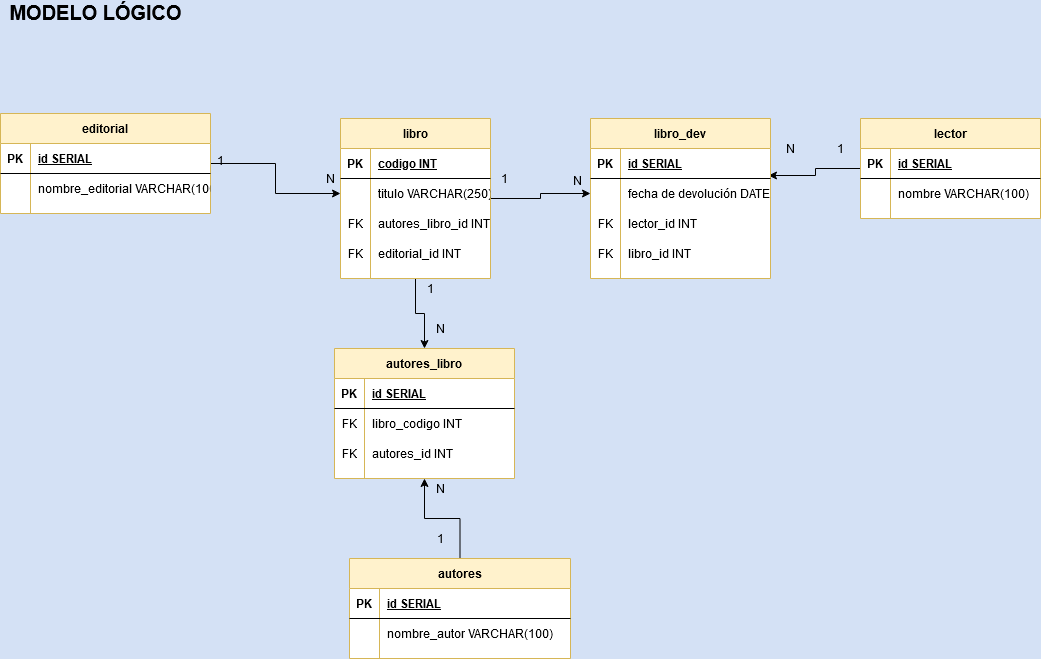
Earlier version of the draw.io export Diagrama_Libros.png (gilibethvega/libros_normalizacion). Source tidied: cells renumbered, new cells last; positions are measured from the earlier drawing's top-left corner, leaving out a move shared by most shapes.
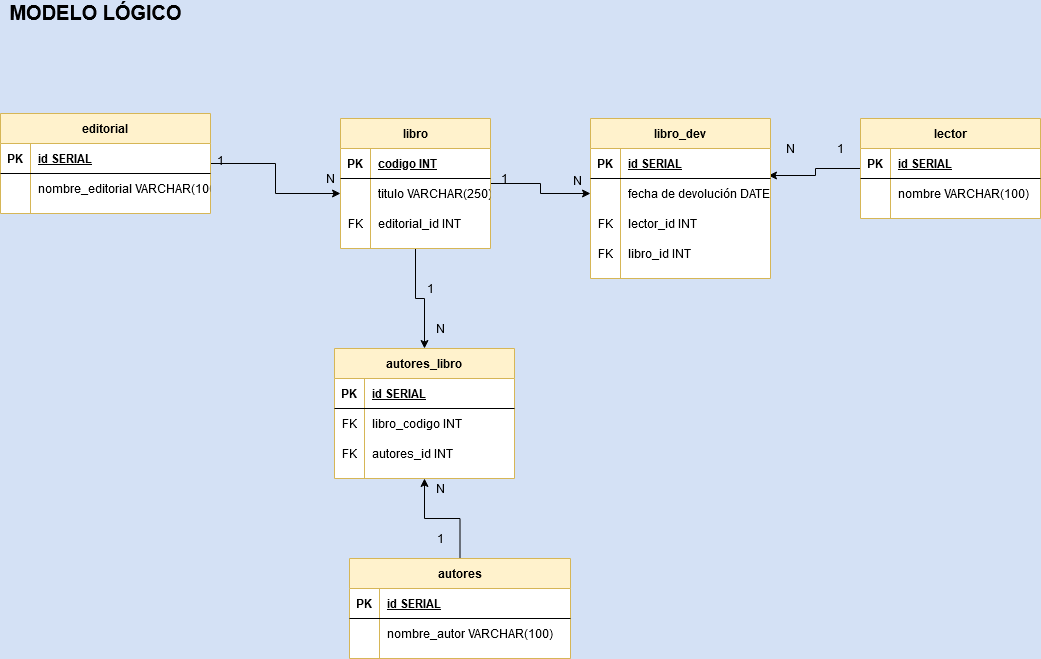
After the commit.

The edit, as a diff of the source:
```diff
@@ -9,7 +9,7 @@
       <mxGeometry relative="1" as="geometry" />
     </mxCell>
     <mxCell id="4" value="libro" style="shape=table;startSize=30;rowLines=0;fontStyle=1;align=center;swimlaneFillColor=#ffffff;fillColor=#fff2cc;strokeColor=#d6b656;" parent="1" vertex="1">
-      <mxGeometry x="340" y="116" width="150" height="160" as="geometry" />
+      <mxGeometry x="340" y="116" width="150" height="130" as="geometry" />
     </mxCell>
     <mxCell id="5" style="shape=partialRectangle;fillColor=none;top=0;left=0;bottom=1;right=0;" parent="4" vertex="1">
       <mxGeometry y="30" width="150" height="30" as="geometry" />
@@ -29,17 +29,8 @@
     <mxCell id="10" value="titulo VARCHAR(250)" style="shape=partialRectangle;fillColor=none;top=0;left=0;bottom=0;right=0;align=left;spacingLeft=6;overflow=hidden;" parent="8" vertex="1">
       <mxGeometry x="30" width="120" height="30" as="geometry" />
     </mxCell>
-    <mxCell id="11" style="shape=partialRectangle;fillColor=none;top=0;left=0;bottom=0;right=0;" parent="4" vertex="1">
-      <mxGeometry y="90" width="150" height="30" as="geometry" />
-    </mxCell>
-    <mxCell id="12" value="FK" style="shape=partialRectangle;fillColor=none;top=0;left=0;bottom=0;right=0;overflow=hidden;" parent="11" vertex="1">
-      <mxGeometry width="30" height="30" as="geometry" />
-    </mxCell>
-    <mxCell id="13" value="autores_libro_id INT" style="shape=partialRectangle;fillColor=none;top=0;left=0;bottom=0;right=0;align=left;spacingLeft=6;overflow=hidden;" parent="11" vertex="1">
-      <mxGeometry x="30" width="120" height="30" as="geometry" />
-    </mxCell>
     <mxCell id="14" style="shape=partialRectangle;fillColor=none;top=0;left=0;bottom=0;right=0;" parent="4" vertex="1">
-      <mxGeometry y="120" width="150" height="30" as="geometry" />
+      <mxGeometry y="90" width="150" height="30" as="geometry" />
     </mxCell>
     <mxCell id="15" value="FK" style="shape=partialRectangle;fillColor=none;top=0;left=0;bottom=0;right=0;fontStyle=0;overflow=hidden;" parent="14" vertex="1">
       <mxGeometry width="30" height="30" as="geometry" />
```
